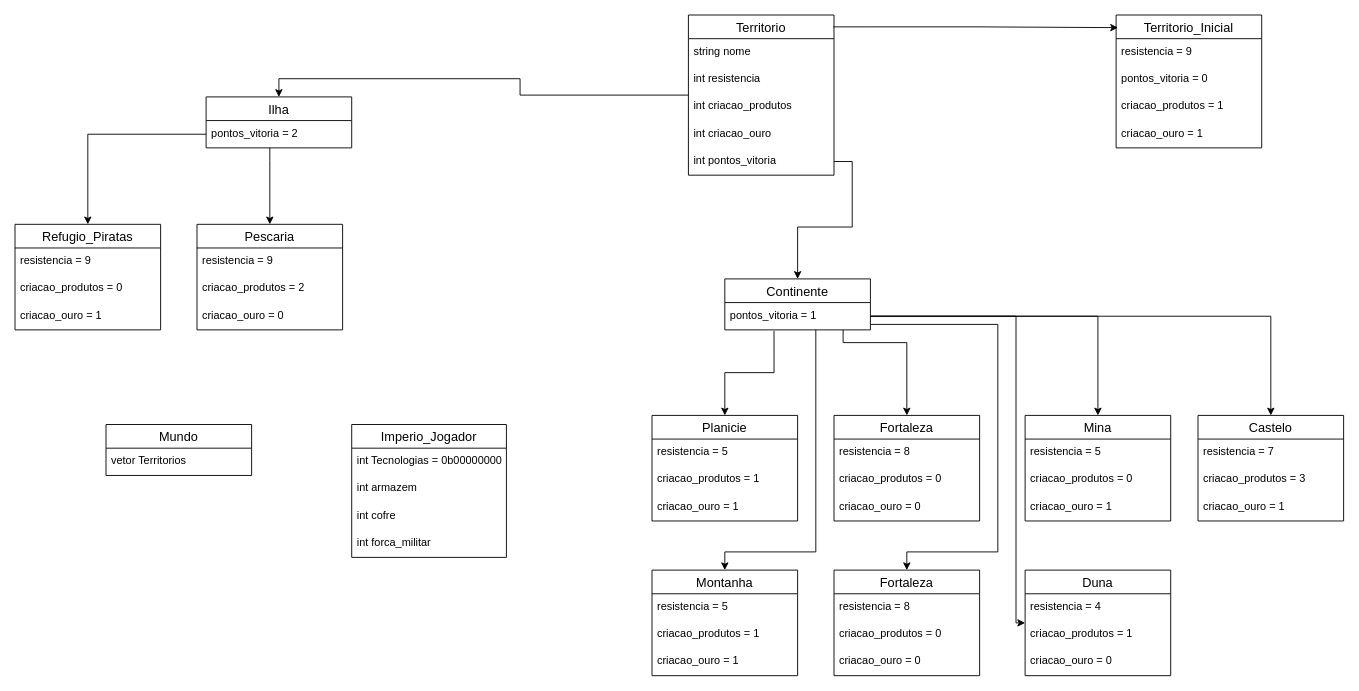
The draw.io diagram Diagrama.drawio in ShadowXPA/POO-TrabalhoPrat1, before the edit. Source tidied: cells renumbered, new cells numbered last; positions are measured from the earlier drawing's top-left corner, leaving out a move shared by most shapes. Both pictures are drawn from the tidied source at 91%, with x=0, y=0 at pixel (15, 15).
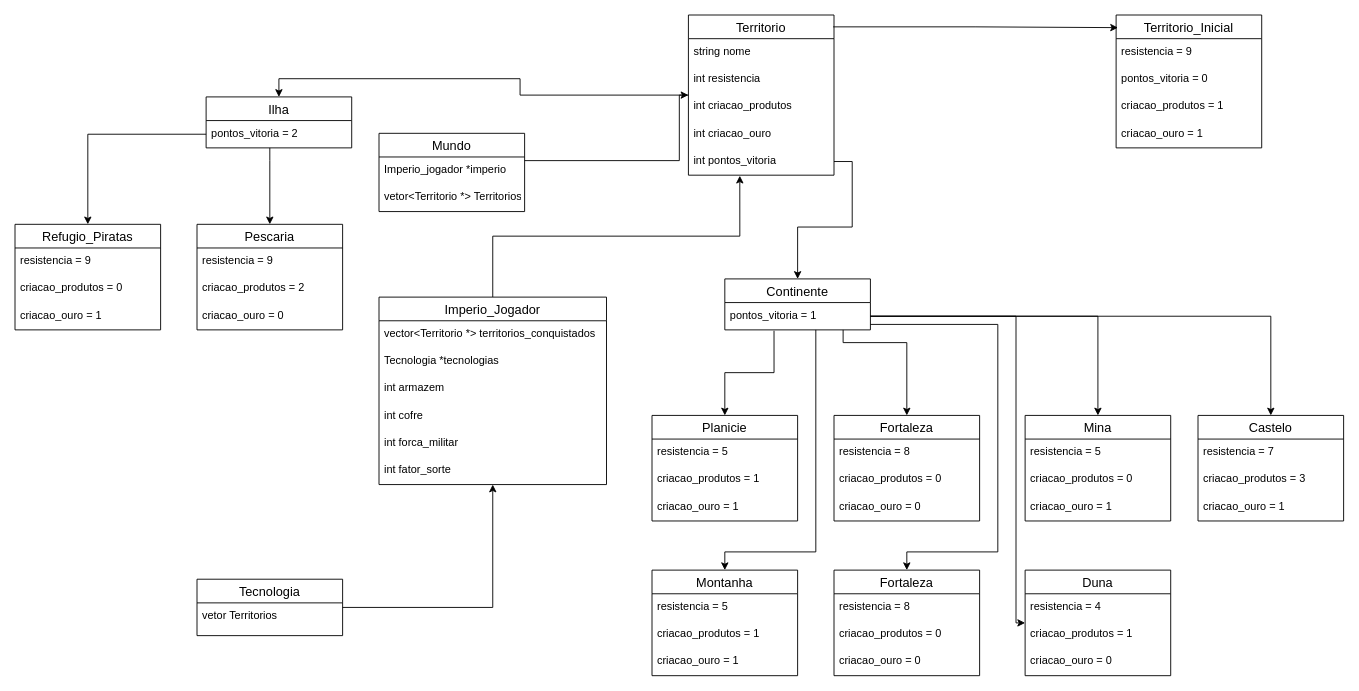
After the change.

Unchanged cells that the change refers to:
```xml
<mxCell id="3" value="Territorio" style="swimlane;fontStyle=0;horizontal=1;startSize=26;align=center;fontSize=14;" parent="1" vertex="1">
  <mxGeometry x="740" width="160" height="176" as="geometry" />
</mxCell>
<mxCell id="8" value="int pontos_vitoria" style="text;strokeColor=none;fillColor=none;spacingLeft=4;spacingRight=4;overflow=hidden;points=[[0,0.5],[1,0.5]];portConstraint=eastwest;fontSize=12;" parent="3" vertex="1">
  <mxGeometry y="146" width="160" height="30" as="geometry" />
</mxCell>
```

The edit, as a diff of the source:
```diff
@@
+    <mxCell id="72" style="edgeStyle=orthogonalEdgeStyle;rounded=0;jettySize=auto;html=1;" parent="1" edge="1" source="65" target="3">
+      <mxGeometry relative="1" as="geometry">
+        <Array as="points">
+          <mxPoint x="560" y="160" />
+          <mxPoint x="730" y="160" />
+          <mxPoint x="730" y="88" />
+        </Array>
+      </mxGeometry>
+    </mxCell>
     <mxCell id="65" value="Mundo" style="swimlane;fontStyle=0;horizontal=1;startSize=26;align=center;fontSize=14;" parent="1" vertex="1">
-      <mxGeometry x="100" y="450" width="160" height="56" as="geometry" />
+      <mxGeometry x="400" y="130" width="160" height="86" as="geometry" />
     </mxCell>
-    <mxCell id="66" value="vetor Territorios" style="text;strokeColor=none;fillColor=none;spacingLeft=4;spacingRight=4;overflow=hidden;fontSize=12;" parent="65" vertex="1">
+    <mxCell id="66" value="Imperio_jogador *imperio" style="text;strokeColor=none;fillColor=none;spacingLeft=4;spacingRight=4;overflow=hidden;fontSize=12;" parent="65" vertex="1">
       <mxGeometry y="26" width="160" height="30" as="geometry" />
     </mxCell>
+    <mxCell id="73" value="vetor&lt;Territorio *&gt; Territorios" style="text;strokeColor=none;fillColor=none;spacingLeft=4;spacingRight=4;overflow=hidden;fontSize=12;" parent="65" vertex="1">
+      <mxGeometry y="56" width="160" height="30" as="geometry" />
+    </mxCell>
+    <mxCell id="74" style="edgeStyle=orthogonalEdgeStyle;rounded=0;jettySize=auto;html=1;entryX=0.353;entryY=1.02;entryDx=0;entryDy=0;entryPerimeter=0;" parent="1" edge="1" source="67" target="8">
+      <mxGeometry relative="1" as="geometry" />
+    </mxCell>
     <mxCell id="67" value="Imperio_Jogador" style="swimlane;fontStyle=0;horizontal=1;startSize=26;align=center;fontSize=14;" parent="1" vertex="1">
-      <mxGeometry x="370" y="450" width="170" height="146" as="geometry" />
+      <mxGeometry x="400" y="310" width="250" height="206" as="geometry" />
     </mxCell>
-    <mxCell id="68" value="int Tecnologias = 0b00000000" style="text;strokeColor=none;fillColor=none;spacingLeft=4;spacingRight=4;overflow=hidden;fontSize=12;" parent="67" vertex="1">
-      <mxGeometry y="26" width="170" height="30" as="geometry" />
+    <mxCell id="68" value="vector&lt;Territorio *&gt; territorios_conquistados" style="text;strokeColor=none;fillColor=none;spacingLeft=4;spacingRight=4;overflow=hidden;fontSize=12;" parent="67" vertex="1">
+      <mxGeometry y="26" width="250" height="30" as="geometry" />
     </mxCell>
+    <mxCell id="75" value="Tecnologia *tecnologias" style="text;strokeColor=none;fillColor=none;spacingLeft=4;spacingRight=4;overflow=hidden;fontSize=12;" parent="67" vertex="1">
+      <mxGeometry y="56" width="250" height="30" as="geometry" />
+    </mxCell>
     <mxCell id="69" value="int armazem" style="text;strokeColor=none;fillColor=none;spacingLeft=4;spacingRight=4;overflow=hidden;fontSize=12;" parent="67" vertex="1">
-      <mxGeometry y="56" width="170" height="30" as="geometry" />
+      <mxGeometry y="86" width="250" height="30" as="geometry" />
     </mxCell>
     <mxCell id="70" value="int cofre" style="text;strokeColor=none;fillColor=none;spacingLeft=4;spacingRight=4;overflow=hidden;fontSize=12;" parent="67" vertex="1">
-      <mxGeometry y="86" width="170" height="30" as="geometry" />
+      <mxGeometry y="116" width="250" height="30" as="geometry" />
     </mxCell>
     <mxCell id="71" value="int forca_militar" style="text;strokeColor=none;fillColor=none;spacingLeft=4;spacingRight=4;overflow=hidden;fontSize=12;" parent="67" vertex="1">
-      <mxGeometry y="116" width="170" height="30" as="geometry" />
+      <mxGeometry y="146" width="250" height="30" as="geometry" />
     </mxCell>
+    <mxCell id="76" value="int fator_sorte" style="text;strokeColor=none;fillColor=none;spacingLeft=4;spacingRight=4;overflow=hidden;fontSize=12;" parent="67" vertex="1">
+      <mxGeometry y="176" width="250" height="30" as="geometry" />
+    </mxCell>
+    <mxCell id="77" style="edgeStyle=orthogonalEdgeStyle;rounded=0;jettySize=auto;html=1;" parent="1" edge="1" source="78" target="67">
+      <mxGeometry relative="1" as="geometry" />
+    </mxCell>
+    <mxCell id="78" value="Tecnologia" style="swimlane;fontStyle=0;horizontal=1;startSize=26;align=center;fontSize=14;" parent="1" vertex="1">
+      <mxGeometry x="200" y="620" width="160" height="62" as="geometry" />
+    </mxCell>
+    <mxCell id="79" value="vetor Territorios" style="text;strokeColor=none;fillColor=none;spacingLeft=4;spacingRight=4;overflow=hidden;fontSize=12;" parent="78" vertex="1">
+      <mxGeometry y="26" width="160" height="36" as="geometry" />
+    </mxCell>
```
